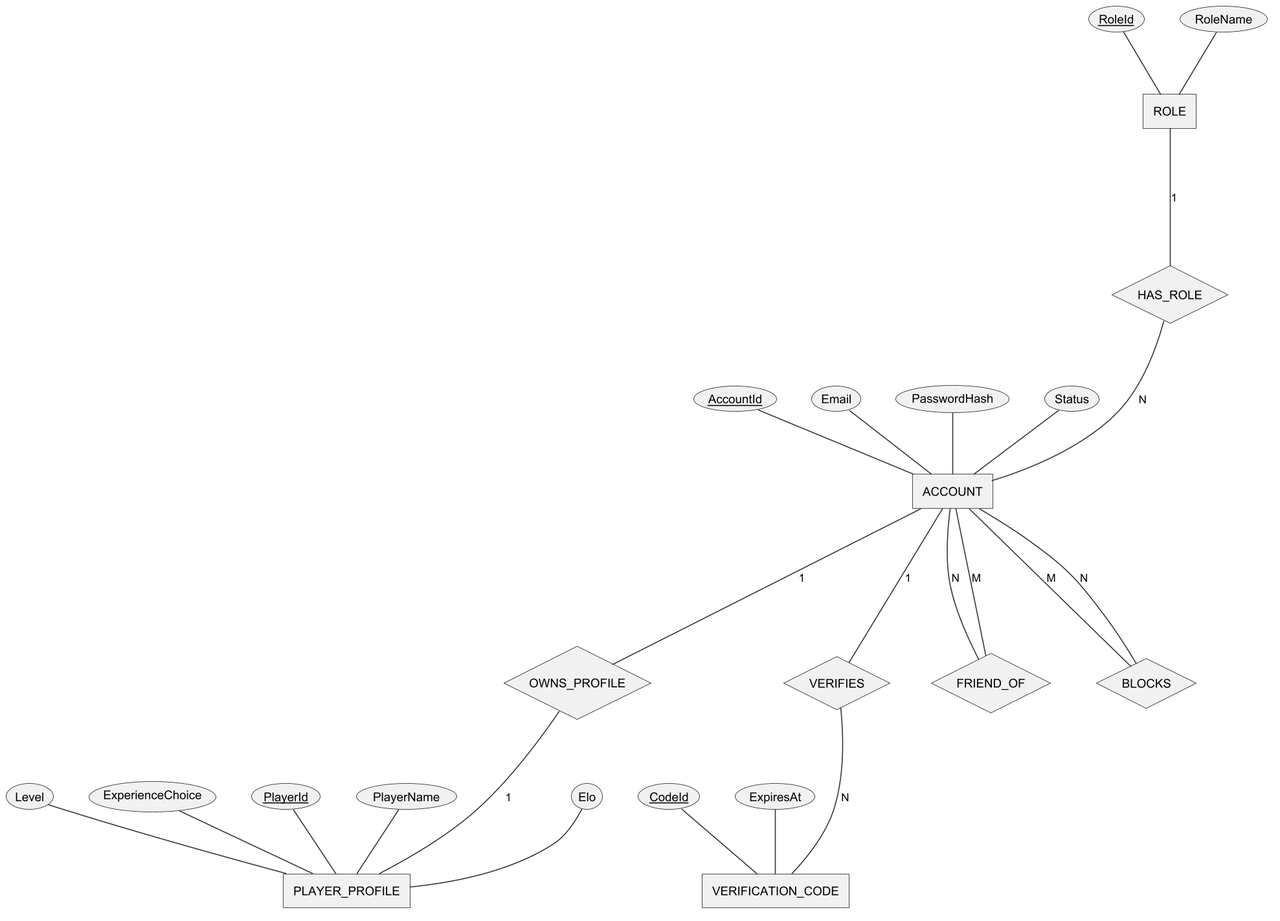
Above: Doc/Project_report/Report/diagrams/png/r3_cerd_account.png in Tad-Min/PickleVerse (PlantUML), before the change.
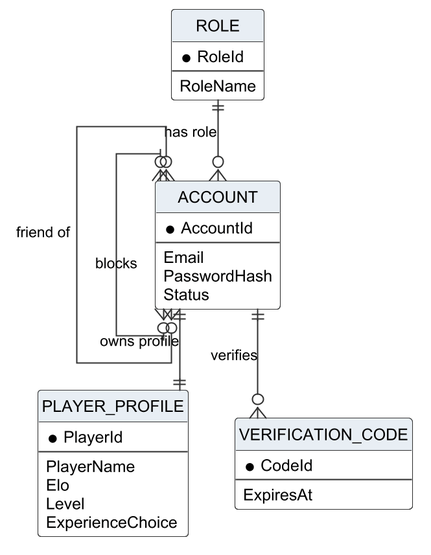
After the change.

Change to the diagram source:
```diff
@@ -1,44 +1,36 @@
-@startchen r3_cerd_account
+@startuml r3_cerd_account
 !include _style.iuml
-entity ACCOUNT {
-  AccountId <<key>>
+hide circle
+hide empty members
+skinparam linetype ortho
+entity "ACCOUNT" as ACCOUNT {
+  * AccountId
+  --
   Email
   PasswordHash
   Status
 }
-entity ROLE {
-  RoleId <<key>>
+entity "ROLE" as ROLE {
+  * RoleId
+  --
   RoleName
 }
-entity PLAYER_PROFILE {
-  PlayerId <<key>>
+entity "PLAYER_PROFILE" as PLAYER_PROFILE {
+  * PlayerId
+  --
   PlayerName
   Elo
   Level
   ExperienceChoice
 }
-entity VERIFICATION_CODE {
-  CodeId <<key>>
+entity "VERIFICATION_CODE" as VERIFICATION_CODE {
+  * CodeId
+  --
   ExpiresAt
 }
-relationship HAS_ROLE {
-}
-relationship OWNS_PROFILE {
-}
-relationship VERIFIES {
-}
-relationship FRIEND_OF {
-}
-relationship BLOCKS {
-}
-ROLE -1- HAS_ROLE
-HAS_ROLE -N- ACCOUNT
-ACCOUNT -1- OWNS_PROFILE
-OWNS_PROFILE -1- PLAYER_PROFILE
-ACCOUNT -1- VERIFIES
-VERIFIES -N- VERIFICATION_CODE
-ACCOUNT -M- FRIEND_OF
-FRIEND_OF -N- ACCOUNT
-ACCOUNT -M- BLOCKS
-BLOCKS -N- ACCOUNT
-@endchen
+ROLE ||--o{ ACCOUNT : "has role"
+ACCOUNT ||--|| PLAYER_PROFILE : "owns profile"
+ACCOUNT ||--o{ VERIFICATION_CODE : "verifies"
+ACCOUNT }o--o{ ACCOUNT : "friend of"
+ACCOUNT }o--o{ ACCOUNT : "blocks"
+@enduml
```
